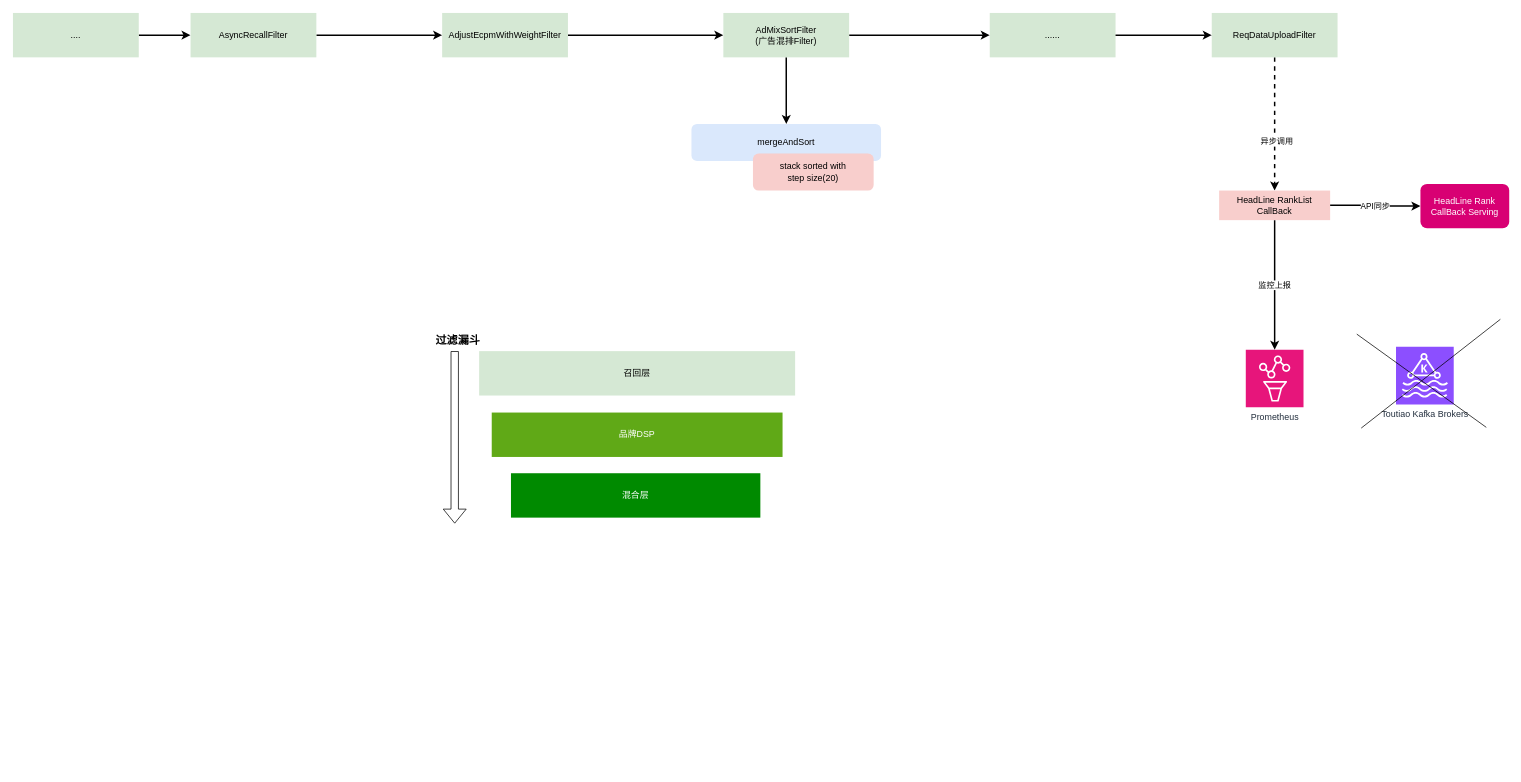
Before: page "头条预估动态算力建设" (2 of 36) of universal-engine/brand_dsp_architecture.drawio in karlchan-cn/drawio-repository, a draw.io diagram. Source tidied: cells renumbered, new cells numbered last; positions are measured from the earlier drawing's top-left corner, leaving out a move shared by most shapes. Both pictures are drawn from the tidied source at 74%, with x=0, y=0 at pixel (13, 13).
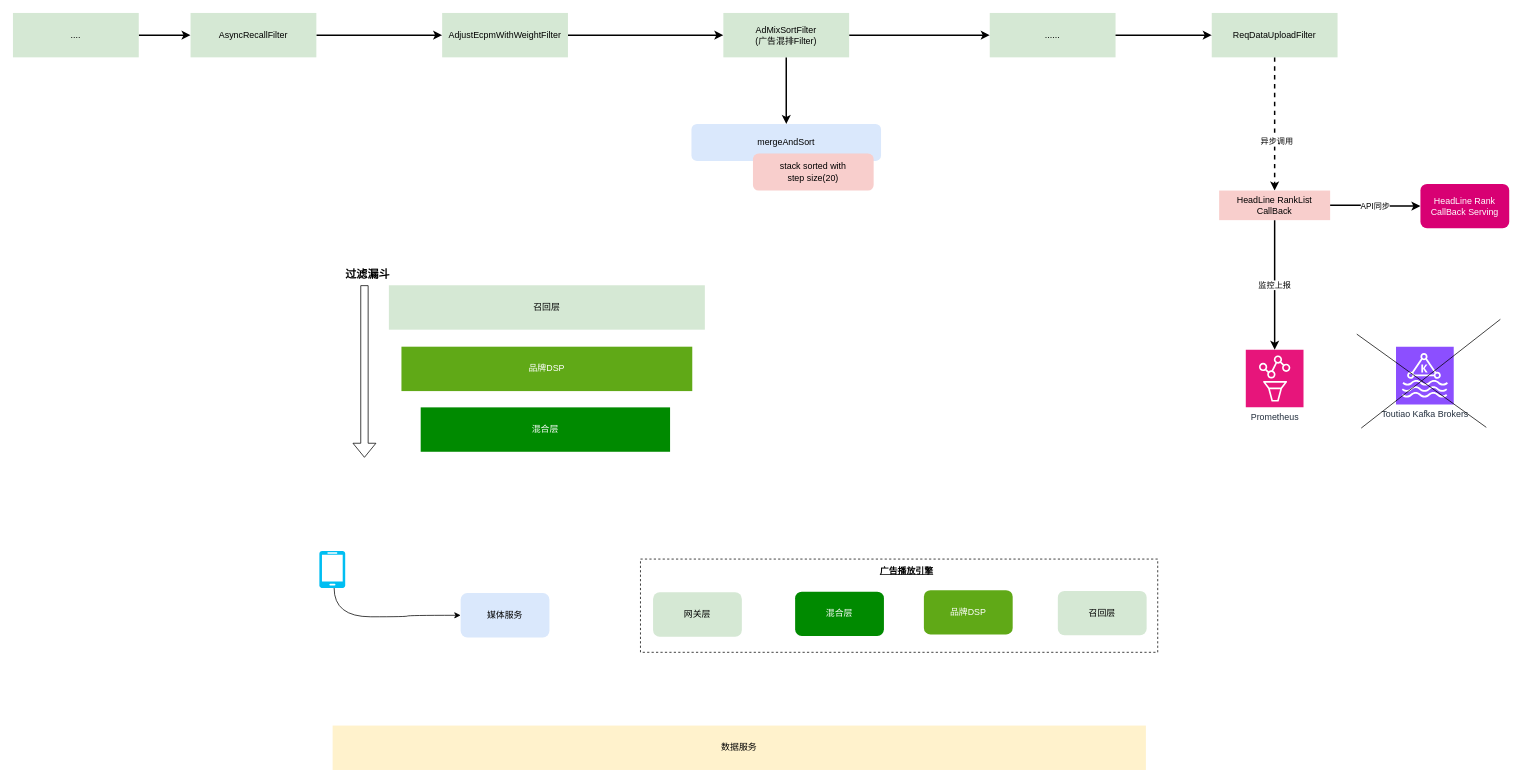
After the change.

Diff of the diagram source:
```diff
@@
+    <mxCell id="31" style="rounded=0;whiteSpace=wrap;html=1;dashed=1;" parent="1" vertex="1">
+      <mxGeometry x="848" y="738" width="699" height="126" as="geometry" />
+    </mxCell>
@@
     <mxCell id="26" value="召回层" style="rounded=0;whiteSpace=wrap;html=1;fillColor=#d5e8d4;strokeColor=none;" parent="1" vertex="1">
-      <mxGeometry x="630" y="457" width="427" height="60" as="geometry" />
+      <mxGeometry x="508" y="368" width="427" height="60" as="geometry" />
     </mxCell>
     <mxCell id="27" value="品牌DSP" style="rounded=0;whiteSpace=wrap;html=1;fillColor=#60a917;strokeColor=none;fontColor=#ffffff;" parent="1" vertex="1">
-      <mxGeometry x="647" y="540" width="393" height="60" as="geometry" />
+      <mxGeometry x="525" y="451" width="393" height="60" as="geometry" />
     </mxCell>
     <mxCell id="28" value="混合层" style="rounded=0;whiteSpace=wrap;html=1;fillColor=#008a00;strokeColor=none;fontColor=#ffffff;" parent="1" vertex="1">
-      <mxGeometry x="673" y="622" width="337" height="60" as="geometry" />
+      <mxGeometry x="551" y="533" width="337" height="60" as="geometry" />
     </mxCell>
     <mxCell id="29" style="shape=flexArrow;endArrow=classic;html=1;rounded=0;" parent="1" edge="1">
       <mxGeometry relative="1" as="geometry">
-        <mxPoint x="597" y="457" as="sourcePoint" />
-        <mxPoint x="597" y="690" as="targetPoint" />
+        <mxPoint x="475" y="368" as="sourcePoint" />
+        <mxPoint x="475" y="601" as="targetPoint" />
       </mxGeometry>
     </mxCell>
     <mxCell id="30" value="过滤漏斗" style="text;html=1;align=center;verticalAlign=middle;whiteSpace=wrap;rounded=0;fontSize=15;fontStyle=1;" parent="1" vertex="1">
-      <mxGeometry x="553" y="427" width="97" height="30" as="geometry" />
+      <mxGeometry x="431" y="338" width="97" height="30" as="geometry" />
     </mxCell>
+    <mxCell id="32" value="网关层" style="rounded=1;whiteSpace=wrap;html=1;fillColor=#d5e8d4;strokeColor=none;" parent="1" vertex="1">
+      <mxGeometry x="865" y="783" width="120" height="60" as="geometry" />
+    </mxCell>
+    <mxCell id="33" value="媒体服务" style="rounded=1;whiteSpace=wrap;html=1;fillColor=#dae8fc;strokeColor=none;" parent="1" vertex="1">
+      <mxGeometry x="605" y="784" width="120" height="60" as="geometry" />
+    </mxCell>
+    <mxCell id="34" style="edgeStyle=orthogonalEdgeStyle;rounded=0;jettySize=auto;html=1;curved=1;entryX=0;entryY=0.5;entryDx=0;entryDy=0;" parent="1" edge="1" source="35" target="33">
+      <mxGeometry relative="1" as="geometry">
+        <Array as="points">
+          <mxPoint x="434" y="816" />
+          <mxPoint x="533" y="816" />
+          <mxPoint x="533" y="814" />
+        </Array>
+      </mxGeometry>
+    </mxCell>
+    <mxCell id="35" style="verticalLabelPosition=bottom;html=1;verticalAlign=top;align=center;strokeColor=none;fillColor=#00BEF2;shape=mxgraph.azure.mobile;" parent="1" vertex="1">
+      <mxGeometry x="414" y="727" width="35" height="50" as="geometry" />
+    </mxCell>
+    <mxCell id="36" value="广告播放引擎" style="text;html=1;align=center;verticalAlign=middle;whiteSpace=wrap;rounded=0;fontStyle=5;" parent="1" vertex="1">
+      <mxGeometry x="1146" y="739" width="124" height="30" as="geometry" />
+    </mxCell>
+    <mxCell id="37" value="混合层" style="rounded=1;whiteSpace=wrap;html=1;fillColor=#008a00;strokeColor=none;fontColor=#ffffff;" parent="1" vertex="1">
+      <mxGeometry x="1057" y="782" width="120" height="60" as="geometry" />
+    </mxCell>
+    <mxCell id="38" value="品牌DSP" style="rounded=1;whiteSpace=wrap;html=1;fillColor=#60a917;strokeColor=none;fontColor=#ffffff;" parent="1" vertex="1">
+      <mxGeometry x="1231" y="780" width="120" height="60" as="geometry" />
+    </mxCell>
+    <mxCell id="39" value="召回层" style="rounded=1;whiteSpace=wrap;html=1;fillColor=#d5e8d4;strokeColor=none;" parent="1" vertex="1">
+      <mxGeometry x="1412" y="781" width="120" height="60" as="geometry" />
+    </mxCell>
+    <mxCell id="40" value="数据服务" style="rounded=0;whiteSpace=wrap;html=1;fillColor=#fff2cc;strokeColor=none;" parent="1" vertex="1">
+      <mxGeometry x="432" y="963" width="1099" height="60" as="geometry" />
+    </mxCell>
```
